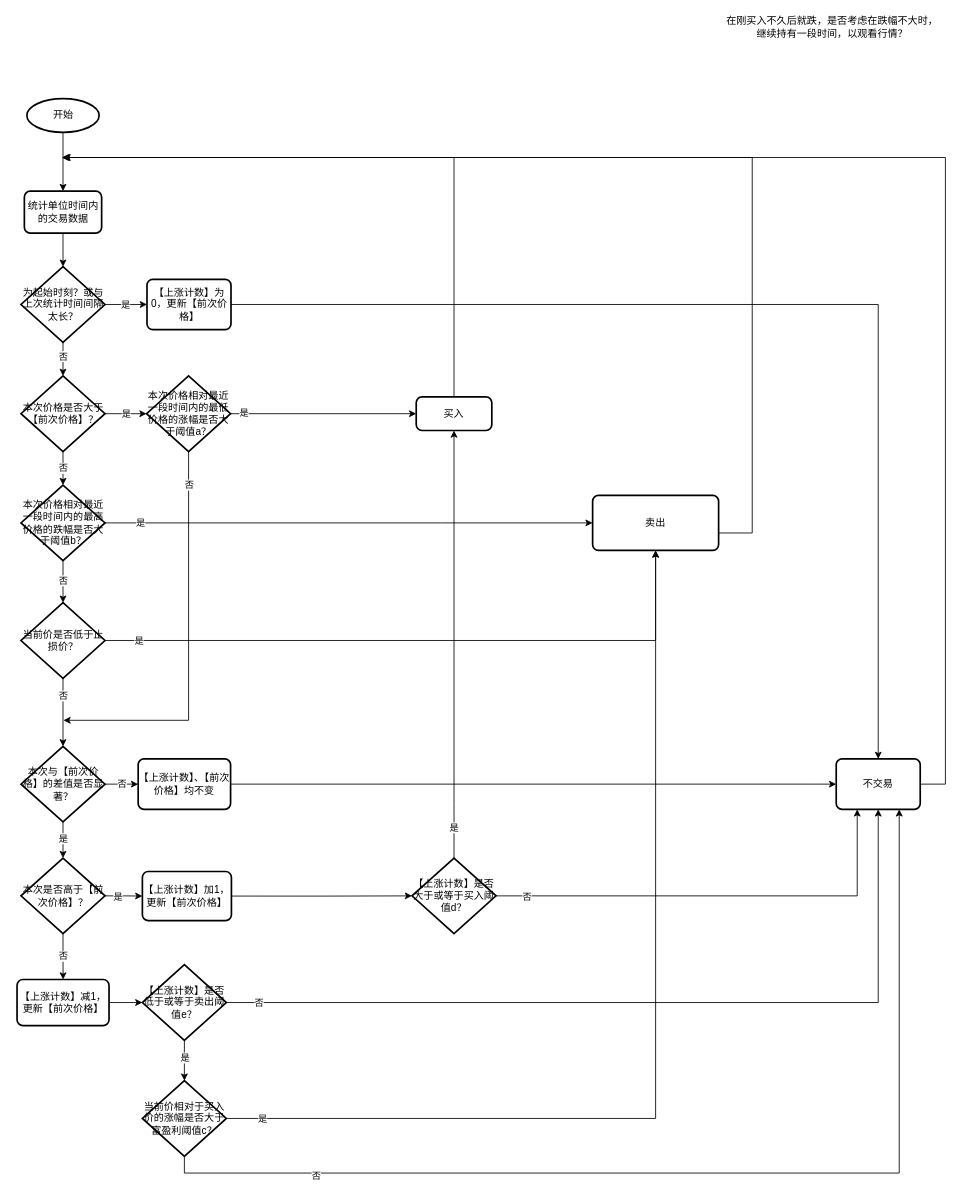
Before: net-count-trading.drawio in haycheng/draw.io, a draw.io diagram. Source tidied: cells renumbered, new cells numbered last; positions are measured from the earlier drawing's top-left corner, leaving out a move shared by most shapes. Both pictures are drawn from the tidied source at 84%, with x=0, y=0 at pixel (17, 14).
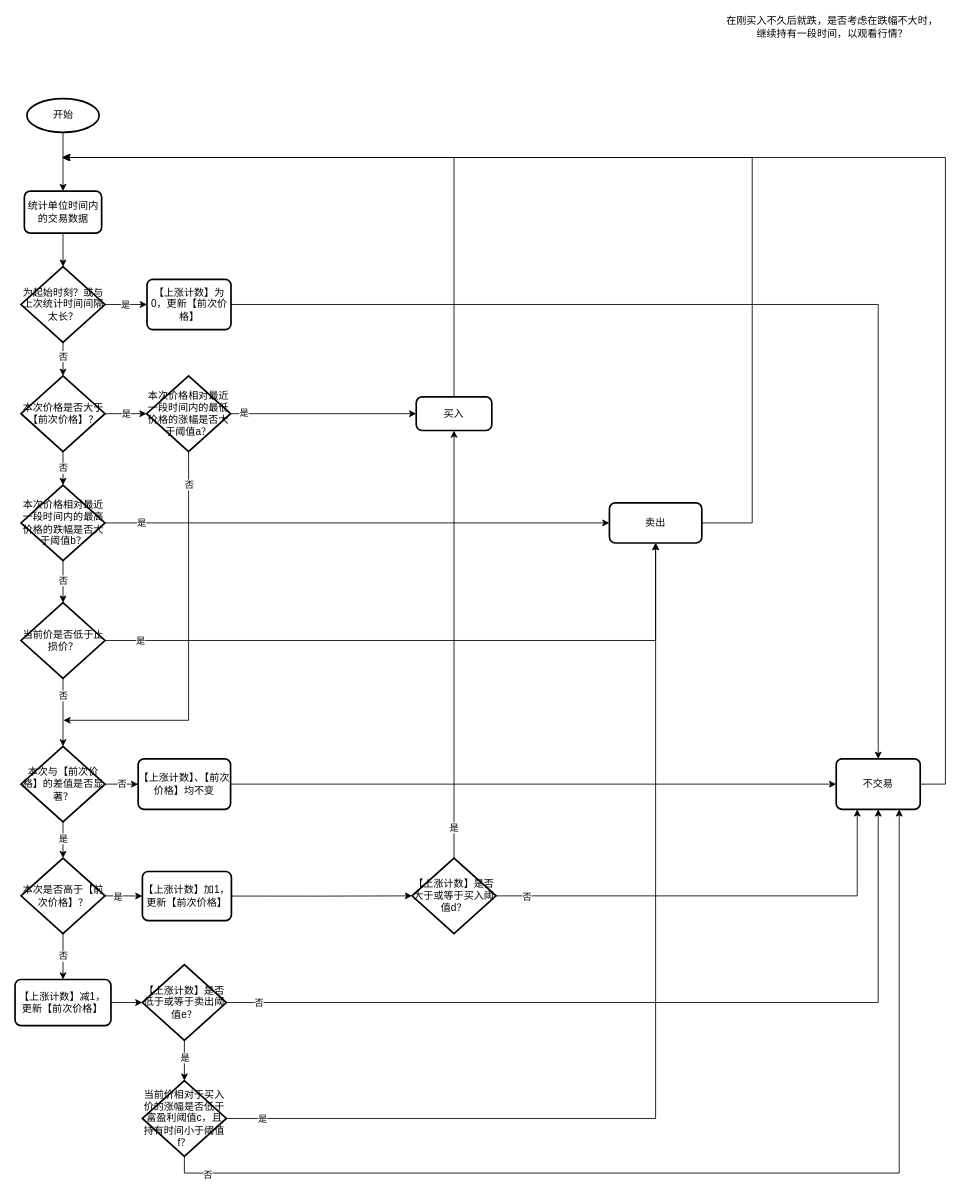
The same page after the edit.

The change refers to these unchanged cells:
```xml
<mxCell id="58" style="edgeStyle=orthogonalEdgeStyle;rounded=0;jettySize=auto;html=1;exitX=0.5;exitY=1;exitDx=0;exitDy=0;exitPerimeter=0;entryX=0.75;entryY=1;entryDx=0;entryDy=0;" parent="1" edge="1" source="60" target="14">
  <mxGeometry relative="1" as="geometry">
    <Array as="points">
      <mxPoint x="199" y="1379" />
      <mxPoint x="1050" y="1379" />
    </Array>
  </mxGeometry>
</mxCell>
```

What changed in the source:
```diff
@@
     <mxCell id="35" value="【上涨计数】减1，更新【前次价格】" style="rounded=1;whiteSpace=wrap;html=1;absoluteArcSize=1;arcSize=14;strokeWidth=2;" parent="1" vertex="1">
-      <mxGeometry x="-0.2" y="1148.6" width="109.5" height="54.8" as="geometry" />
+      <mxGeometry x="-2.6" y="1148.6" width="114.2" height="54.8" as="geometry" />
     </mxCell>
@@
-    <mxCell id="39" style="edgeStyle=orthogonalEdgeStyle;rounded=0;orthogonalLoop=1;jettySize=auto;html=1;" parent="1" edge="1">
+    <mxCell id="39" style="edgeStyle=orthogonalEdgeStyle;rounded=0;jettySize=auto;html=1;exitX=1;exitY=0.5;exitDx=0;exitDy=0;" parent="1" edge="1" source="40">
       <mxGeometry relative="1" as="geometry">
-        <mxPoint x="835" y="617" as="sourcePoint" />
         <mxPoint x="55" y="170" as="targetPoint" />
         <Array as="points">
-          <mxPoint x="875" y="617" />
+          <mxPoint x="875" y="605" />
           <mxPoint x="875" y="170" />
         </Array>
       </mxGeometry>
     </mxCell>
     <mxCell id="40" value="卖出" style="rounded=1;whiteSpace=wrap;html=1;absoluteArcSize=1;arcSize=14;strokeWidth=2;" parent="1" vertex="1">
-      <mxGeometry x="685" y="572.2" width="150" height="65.6" as="geometry" />
+      <mxGeometry x="705" y="581.1" width="110" height="47.8" as="geometry" />
     </mxCell>
@@
     <mxCell id="59" value="否" style="edgeLabel;html=1;align=center;verticalAlign=middle;" parent="58" vertex="1">
-      <mxGeometry x="-0.73" y="-3" relative="1" as="geometry" />
+      <mxGeometry x="-0.73" y="-3" relative="1" as="geometry">
+        <mxPoint x="-129" y="-2" as="offset" />
+      </mxGeometry>
     </mxCell>
-    <mxCell id="60" value="当前价相对于买入价的涨幅是否大于富盈利阈值c？" style="strokeWidth=2;html=1;shape=mxgraph.flowchart.decision;whiteSpace=wrap;" parent="1" vertex="1">
+    <mxCell id="60" value="当前价相对于买入价的涨幅是否低于富盈利阈值c，且持有时间小于阈值f？" style="strokeWidth=2;html=1;shape=mxgraph.flowchart.decision;whiteSpace=wrap;" parent="1" vertex="1">
       <mxGeometry x="149" y="1269" width="100" height="90" as="geometry" />
     </mxCell>
```
